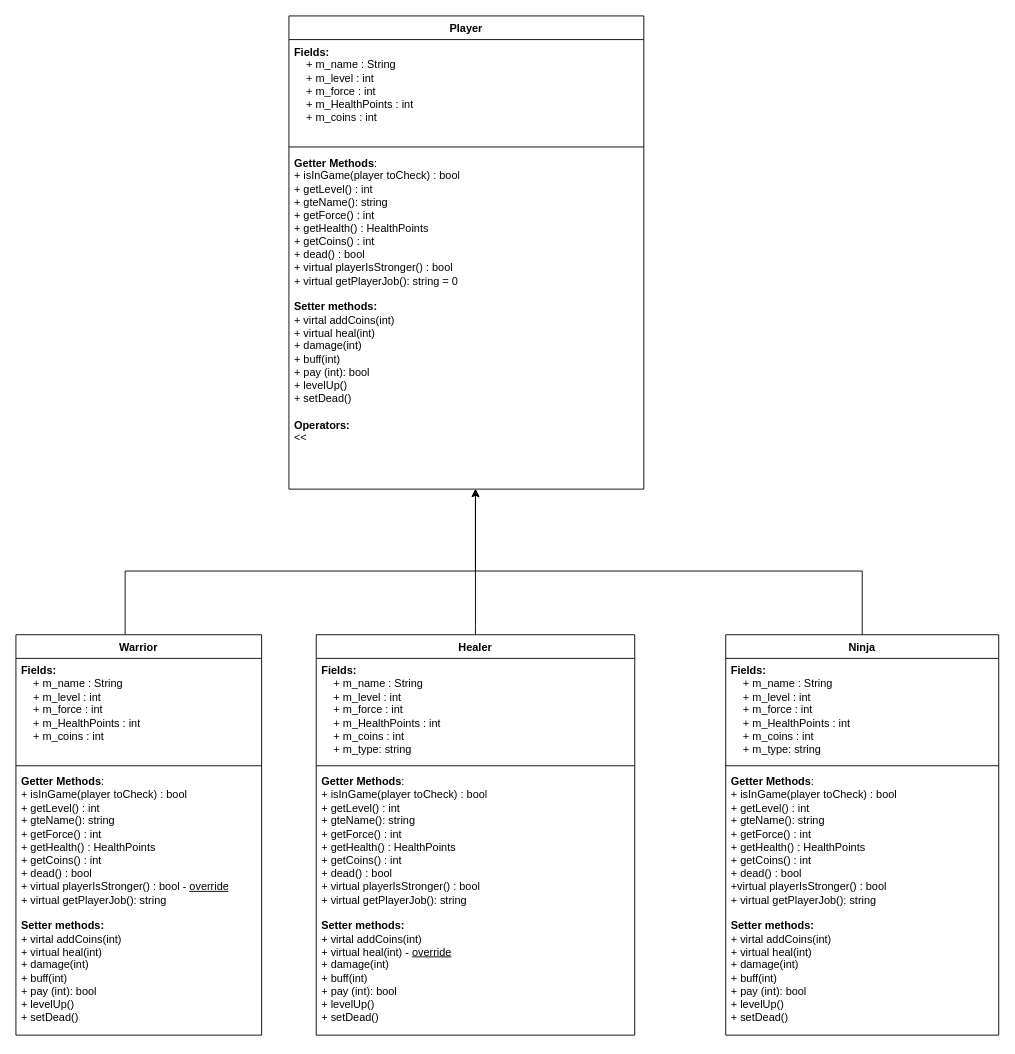
Above: page "Player" (2 of 3) of UML.drawio in ayals99/ex4_matam (draw.io), before the change. Source tidied: cells renumbered, new cells numbered last; positions are measured from the earlier drawing's top-left corner, leaving out a move shared by most shapes. Both pictures are drawn from the tidied source at 91%, with x=0, y=0 at pixel (15, 15).
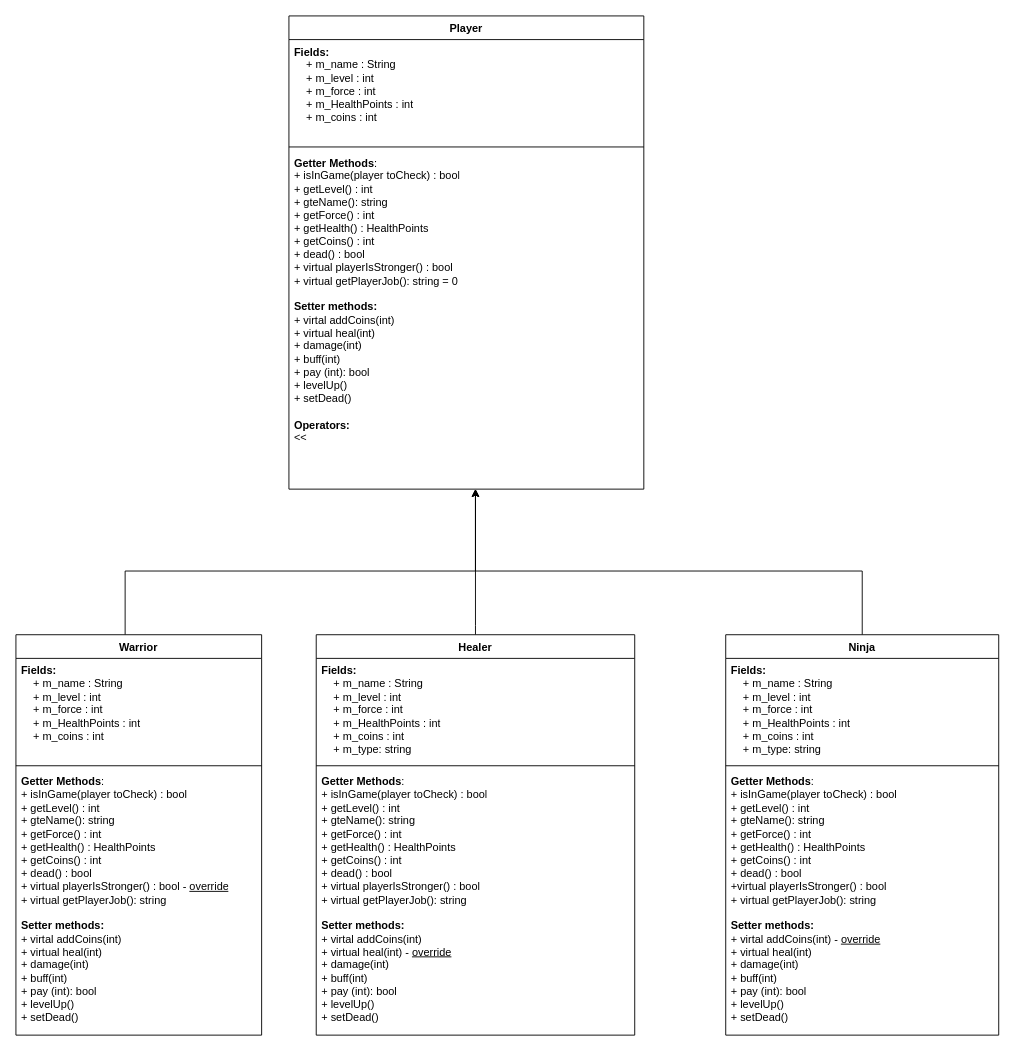
The same page after the edit.

Unchanged cells that the change refers to:
```xml
<mxCell id="7" value="Ninja" style="swimlane;fontStyle=1;align=center;verticalAlign=top;horizontal=1;startSize=26;whiteSpace=wrap;html=1;" parent="1" vertex="1">
  <mxGeometry x="780" y="680" width="300" height="440" as="geometry" />
</mxCell>
```

The edit, as a diff of the source:
```diff
@@
-    <mxCell id="10" value="&lt;b style=&quot;border-color: var(--border-color);&quot;&gt;Getter Methods&lt;/b&gt;:&lt;br style=&quot;border-color: var(--border-color);&quot;&gt;+&amp;nbsp;isInGame(player toCheck) : bool&lt;br style=&quot;border-color: var(--border-color);&quot;&gt;+&amp;nbsp;getLevel() : int&lt;br style=&quot;border-color: var(--border-color);&quot;&gt;+ gteName(): string&lt;br style=&quot;border-color: var(--border-color);&quot;&gt;+&amp;nbsp;getForce() : int&lt;br style=&quot;border-color: var(--border-color);&quot;&gt;+&amp;nbsp;getHealth() : HealthPoints&lt;br style=&quot;border-color: var(--border-color);&quot;&gt;+&amp;nbsp;getCoins() : int&lt;br style=&quot;border-color: var(--border-color);&quot;&gt;+&amp;nbsp;dead() : bool&lt;br style=&quot;border-color: var(--border-color);&quot;&gt;+virtual&amp;nbsp;playerIsStronger() : bool&lt;br style=&quot;border-color: var(--border-color);&quot;&gt;+ virtual getPlayerJob(): string&lt;br style=&quot;border-color: var(--border-color);&quot;&gt;&lt;br style=&quot;border-color: var(--border-color);&quot;&gt;&lt;b style=&quot;border-color: var(--border-color);&quot;&gt;Setter methods:&lt;br style=&quot;border-color: var(--border-color);&quot;&gt;&lt;/b&gt;+ virtal addCoins(int)&lt;br style=&quot;border-color: var(--border-color);&quot;&gt;+ virtual heal(int)&lt;br style=&quot;border-color: var(--border-color);&quot;&gt;+ damage(int)&lt;br style=&quot;border-color: var(--border-color);&quot;&gt;+ buff(int)&lt;br style=&quot;border-color: var(--border-color);&quot;&gt;+ pay (int): bool&lt;br style=&quot;border-color: var(--border-color);&quot;&gt;+ levelUp()&lt;br style=&quot;border-color: var(--border-color);&quot;&gt;+ setDead()" style="text;strokeColor=none;fillColor=none;align=left;verticalAlign=top;spacingLeft=4;spacingRight=4;overflow=hidden;whiteSpace=wrap;html=1;" parent="7" vertex="1">
+    <mxCell id="10" value="&lt;b style=&quot;border-color: var(--border-color);&quot;&gt;Getter Methods&lt;/b&gt;:&lt;br style=&quot;border-color: var(--border-color);&quot;&gt;+&amp;nbsp;isInGame(player toCheck) : bool&lt;br style=&quot;border-color: var(--border-color);&quot;&gt;+&amp;nbsp;getLevel() : int&lt;br style=&quot;border-color: var(--border-color);&quot;&gt;+ gteName(): string&lt;br style=&quot;border-color: var(--border-color);&quot;&gt;+&amp;nbsp;getForce() : int&lt;br style=&quot;border-color: var(--border-color);&quot;&gt;+&amp;nbsp;getHealth() : HealthPoints&lt;br style=&quot;border-color: var(--border-color);&quot;&gt;+&amp;nbsp;getCoins() : int&lt;br style=&quot;border-color: var(--border-color);&quot;&gt;+&amp;nbsp;dead() : bool&lt;br style=&quot;border-color: var(--border-color);&quot;&gt;+virtual&amp;nbsp;playerIsStronger() : bool&lt;br style=&quot;border-color: var(--border-color);&quot;&gt;+ virtual getPlayerJob(): string&lt;br style=&quot;border-color: var(--border-color);&quot;&gt;&lt;br style=&quot;border-color: var(--border-color);&quot;&gt;&lt;b style=&quot;border-color: var(--border-color);&quot;&gt;Setter methods:&lt;br style=&quot;border-color: var(--border-color);&quot;&gt;&lt;/b&gt;+ virtal addCoins(int) - &lt;u&gt;override&lt;/u&gt;&lt;br style=&quot;border-color: var(--border-color);&quot;&gt;+ virtual heal(int)&lt;br style=&quot;border-color: var(--border-color);&quot;&gt;+ damage(int)&lt;br style=&quot;border-color: var(--border-color);&quot;&gt;+ buff(int)&lt;br style=&quot;border-color: var(--border-color);&quot;&gt;+ pay (int): bool&lt;br style=&quot;border-color: var(--border-color);&quot;&gt;+ levelUp()&lt;br style=&quot;border-color: var(--border-color);&quot;&gt;+ setDead()" style="text;strokeColor=none;fillColor=none;align=left;verticalAlign=top;spacingLeft=4;spacingRight=4;overflow=hidden;whiteSpace=wrap;html=1;" parent="7" vertex="1">
       <mxGeometry y="148" width="300" height="292" as="geometry" />
     </mxCell>
```
